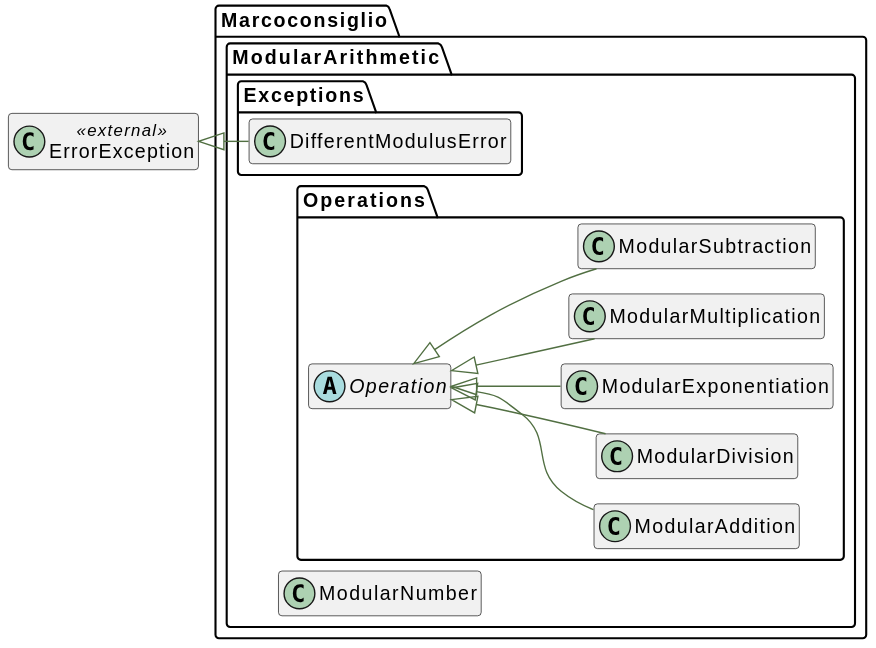
This is docs/html/graphs/classes.svg from MarcoConsiglio/php-modular-arithmetic, a PlantUML export, as it was before one commit.
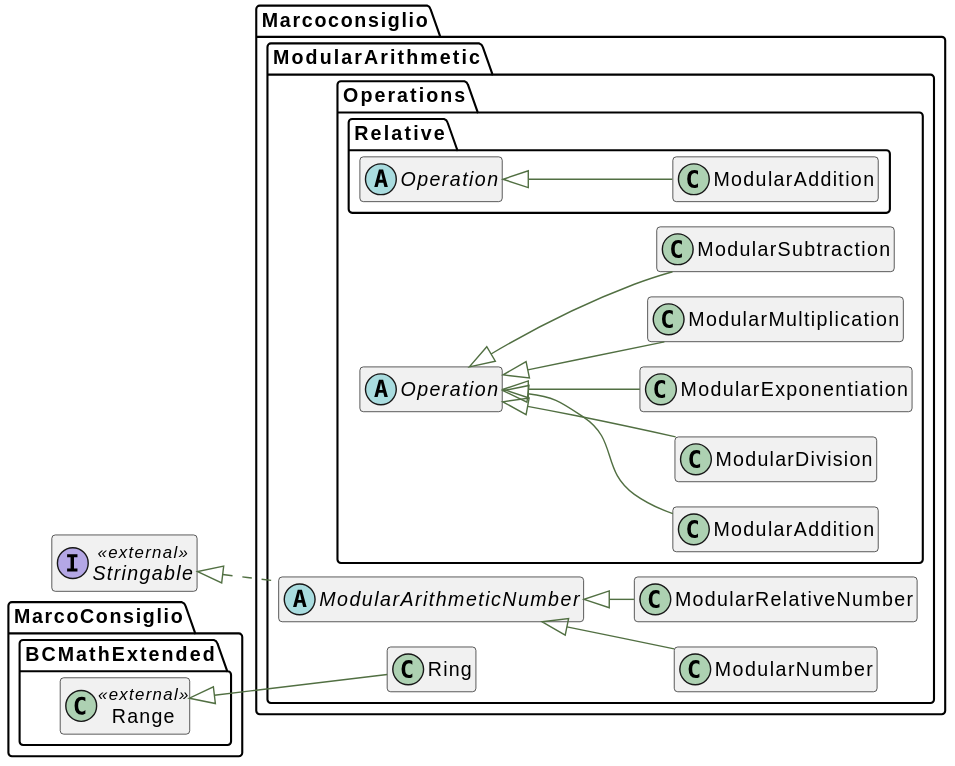
The same file after the commit.

Change to the diagram source:
```diff
@@ -13,14 +13,26 @@
 left to right direction
 set namespaceSeparator \\
 
+interface "Stringable" as Stringable__class << external >>{
+}
 namespace Marcoconsiglio\\ModularArithmetic {
-     class "ModularNumber" as ModularNumber__class    {
+    abstract  class "ModularArithmeticNumber" as ModularArithmeticNumber__class    implements \\Stringable__class {
     }
 }
-class "ErrorException" as ErrorException__class << external >>{
+namespace Marcoconsiglio\\ModularArithmetic {
+     class "ModularNumber" as ModularNumber__class   extends \\Marcoconsiglio\\ModularArithmetic\\ModularArithmeticNumber__class  {
+    }
 }
-namespace Marcoconsiglio\\ModularArithmetic\\Exceptions {
-     class "DifferentModulusError" as DifferentModulusError__class   extends \\ErrorException__class  {
+namespace Marcoconsiglio\\ModularArithmetic {
+     class "ModularRelativeNumber" as ModularRelativeNumber__class   extends \\Marcoconsiglio\\ModularArithmetic\\ModularArithmeticNumber__class  {
+    }
+}
+namespace MarcoConsiglio\\BCMathExtended {
+    class "Range" as Range__class << external >>{
+    }
+}
+namespace Marcoconsiglio\\ModularArithmetic {
+     class "Ring" as Ring__class   extends \\MarcoConsiglio\\BCMathExtended\\Range__class  {
     }
 }
 namespace Marcoconsiglio\\ModularArithmetic\\Operations {
@@ -47,4 +59,12 @@
      class "ModularSubtraction" as ModularSubtraction__class   extends \\Marcoconsiglio\\ModularArithmetic\\Operations\\Operation__class  {
     }
 }
+namespace Marcoconsiglio\\ModularArithmetic\\Operations\\Relative {
+    abstract  class "Operation" as Operation__class    {
+    }
+}
+namespace Marcoconsiglio\\ModularArithmetic\\Operations\\Relative {
+     class "ModularAddition" as ModularAddition__class   extends \\Marcoconsiglio\\ModularArithmetic\\Operations\\Relative\\Operation__class  {
+    }
+}
 @enduml
```
